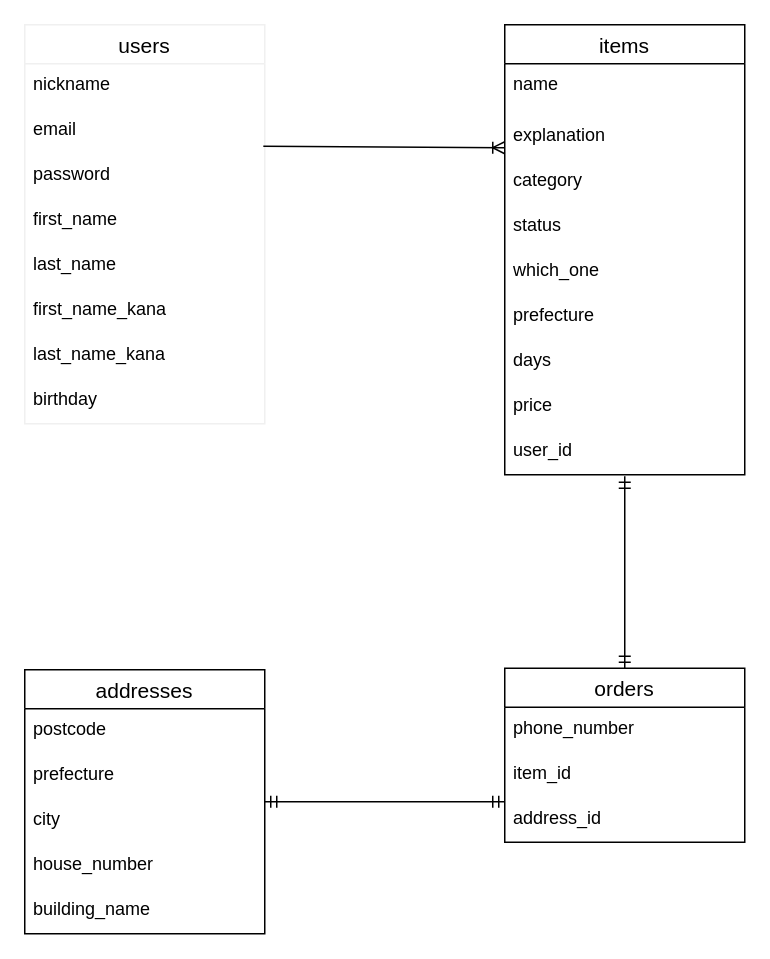
Above: er.dio in siroyuri/furima-37028 (draw.io), before the change. Source tidied: cells renumbered, new cells numbered last; positions are measured from the earlier drawing's top-left corner, leaving out a move shared by most shapes. Both pictures are drawn from the tidied source at 150%, with x=0, y=0 at pixel (24, 24).
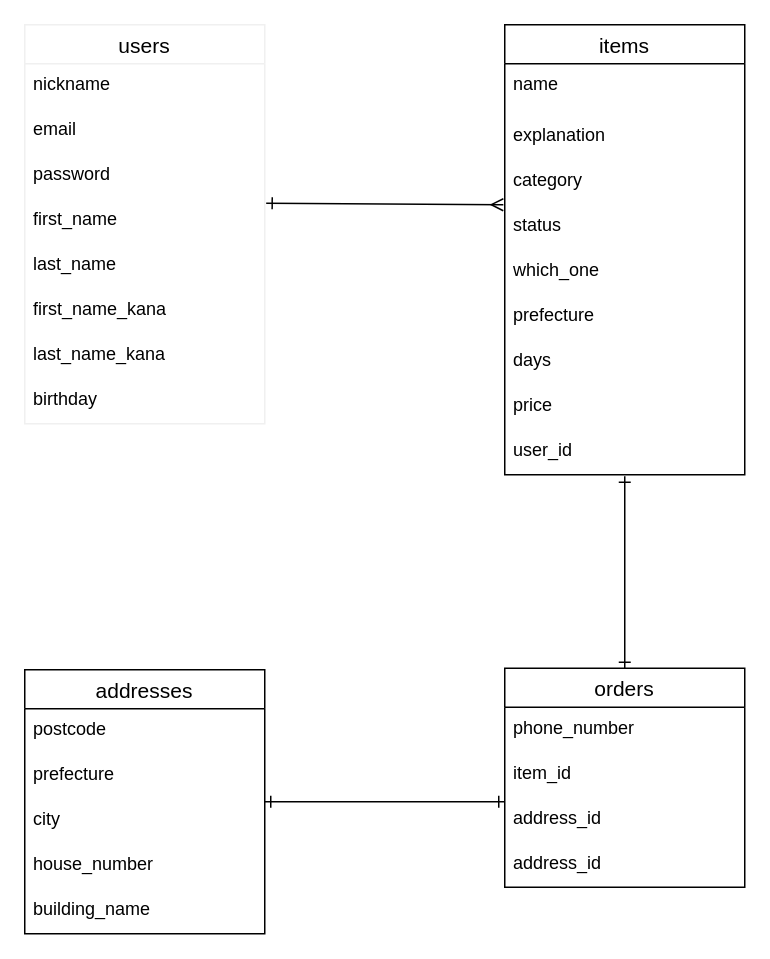
The same diagram, later.

Commit message:
【ER図】アソシエーションを表す線の種類を変更

The change refers to these unchanged cells:
```xml
<mxCell id="4" value="email" style="text;strokeColor=none;fillColor=none;spacingLeft=4;spacingRight=4;overflow=hidden;points=[[0,0.5],[1,0.5]];portConstraint=eastwest;fontSize=12;" parent="2" vertex="1">
  <mxGeometry y="56" width="160" height="30" as="geometry" />
</mxCell>
<mxCell id="6" value="first_name" style="text;strokeColor=none;fillColor=none;spacingLeft=4;spacingRight=4;overflow=hidden;points=[[0,0.5],[1,0.5]];portConstraint=eastwest;fontSize=12;" parent="2" vertex="1">
  <mxGeometry y="116" width="160" height="30" as="geometry" />
</mxCell>
<mxCell id="14" value="city" style="text;strokeColor=none;fillColor=none;spacingLeft=4;spacingRight=4;overflow=hidden;points=[[0,0.5],[1,0.5]];portConstraint=eastwest;fontSize=12;" parent="11" vertex="1">
  <mxGeometry y="86" width="160" height="30" as="geometry" />
</mxCell>
<mxCell id="19" value="explanation" style="text;strokeColor=none;fillColor=none;spacingLeft=4;spacingRight=4;overflow=hidden;points=[[0,0.5],[1,0.5]];portConstraint=eastwest;fontSize=12;" parent="17" vertex="1">
  <mxGeometry y="60" width="160" height="30" as="geometry" />
</mxCell>
<mxCell id="21" value="status" style="text;strokeColor=none;fillColor=none;spacingLeft=4;spacingRight=4;overflow=hidden;points=[[0,0.5],[1,0.5]];portConstraint=eastwest;fontSize=12;" parent="17" vertex="1">
  <mxGeometry y="120" width="160" height="30" as="geometry" />
</mxCell>
<mxCell id="26" value="user_id" style="text;strokeColor=none;fillColor=none;spacingLeft=4;spacingRight=4;overflow=hidden;points=[[0,0.5],[1,0.5]];portConstraint=eastwest;fontSize=12;" parent="17" vertex="1">
  <mxGeometry y="270" width="160" height="30" as="geometry" />
</mxCell>
<mxCell id="31" value="item_id" style="text;strokeColor=none;fillColor=none;spacingLeft=4;spacingRight=4;overflow=hidden;points=[[0,0.5],[1,0.5]];portConstraint=eastwest;fontSize=12;" parent="29" vertex="1">
  <mxGeometry y="56" width="160" height="30" as="geometry" />
</mxCell>
```

Change to the diagram source:
```diff
@@
-    <mxCell id="27" style="fontSize=12;html=1;endArrow=ERmandOne;startArrow=ERmandOne;exitX=0.5;exitY=0;exitDx=0;exitDy=0;entryX=0.5;entryY=1.033;entryDx=0;entryDy=0;entryPerimeter=0;" parent="1" edge="1" source="29" target="26">
-      <mxGeometry relative="1" as="geometry" />
+    <mxCell id="27" style="fontSize=12;html=1;endArrow=ERone;startArrow=ERone;exitX=0.5;exitY=0;exitDx=0;exitDy=0;endFill=0;startFill=0;" parent="1" edge="1" source="29">
+      <mxGeometry relative="1" as="geometry">
+        <mxPoint x="400" y="301" as="targetPoint" />
+      </mxGeometry>
     </mxCell>
-    <mxCell id="28" style="fontSize=12;html=1;endArrow=ERoneToMany;entryX=0;entryY=0.733;entryDx=0;entryDy=0;exitX=0.994;exitY=0.833;exitDx=0;exitDy=0;exitPerimeter=0;entryPerimeter=0;" parent="1" edge="1" source="4" target="19">
+    <mxCell id="28" style="fontSize=12;html=1;endArrow=ERmany;entryX=-0.006;entryY=0;entryDx=0;entryDy=0;exitX=1.006;exitY=0.1;exitDx=0;exitDy=0;exitPerimeter=0;entryPerimeter=0;endFill=0;startArrow=ERone;startFill=0;" parent="1" edge="1" source="6" target="21">
       <mxGeometry relative="1" as="geometry" />
     </mxCell>
     <mxCell id="29" value="orders" style="swimlane;fontStyle=0;horizontal=1;startSize=26;align=center;fontSize=14;" parent="1" vertex="1">
-      <mxGeometry x="320" y="429" width="160" height="116" as="geometry" />
+      <mxGeometry x="320" y="429" width="160" height="146" as="geometry" />
     </mxCell>
@@
+    <mxCell id="34" value="address_id" style="text;strokeColor=none;fillColor=none;spacingLeft=4;spacingRight=4;overflow=hidden;fontSize=12;" parent="29" vertex="1">
+      <mxGeometry y="86" width="160" height="30" as="geometry" />
+    </mxCell>
     <mxCell id="32" value="address_id" style="text;strokeColor=none;fillColor=none;spacingLeft=4;spacingRight=4;overflow=hidden;fontSize=12;" parent="29" vertex="1">
-      <mxGeometry y="86" width="160" height="30" as="geometry" />
+      <mxGeometry y="116" width="160" height="30" as="geometry" />
     </mxCell>
-    <mxCell id="33" style="fontSize=12;html=1;endArrow=ERmandOne;startArrow=ERmandOne;exitX=0;exitY=1.1;exitDx=0;exitDy=0;entryX=1;entryY=0.067;entryDx=0;entryDy=0;entryPerimeter=0;exitPerimeter=0;" parent="1" edge="1" source="31" target="14">
+    <mxCell id="33" style="fontSize=12;html=1;endArrow=ERone;startArrow=ERone;exitX=0;exitY=1.1;exitDx=0;exitDy=0;entryX=1;entryY=0.067;entryDx=0;entryDy=0;entryPerimeter=0;exitPerimeter=0;startFill=0;endFill=0;" parent="1" edge="1" source="31" target="14">
       <mxGeometry relative="1" as="geometry" />
     </mxCell>
```
